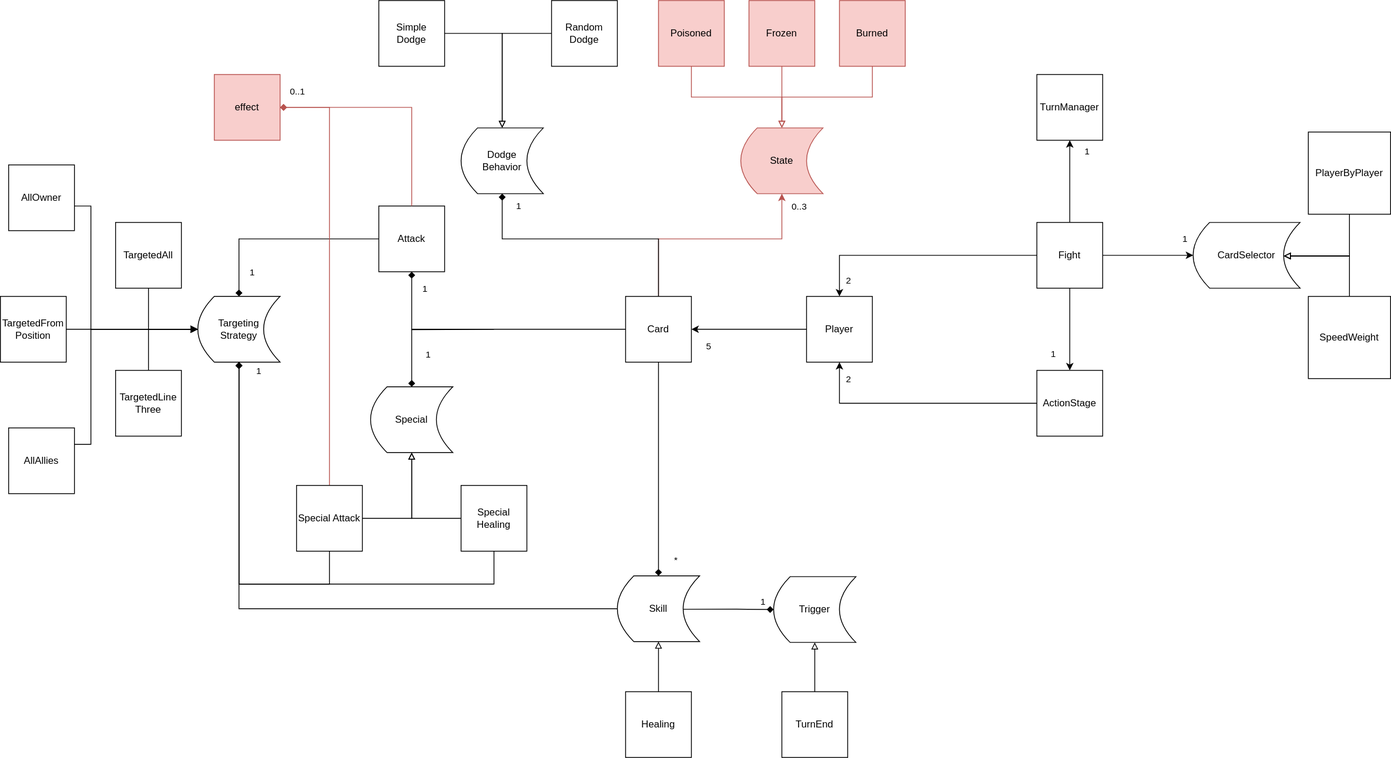
The draw.io diagram doc/archi.drawio.svg in cegerard/card-game, before a commit. Source tidied: cells renumbered, new cells last; positions are measured from the earlier drawing's top-left corner, leaving out a move shared by most shapes.
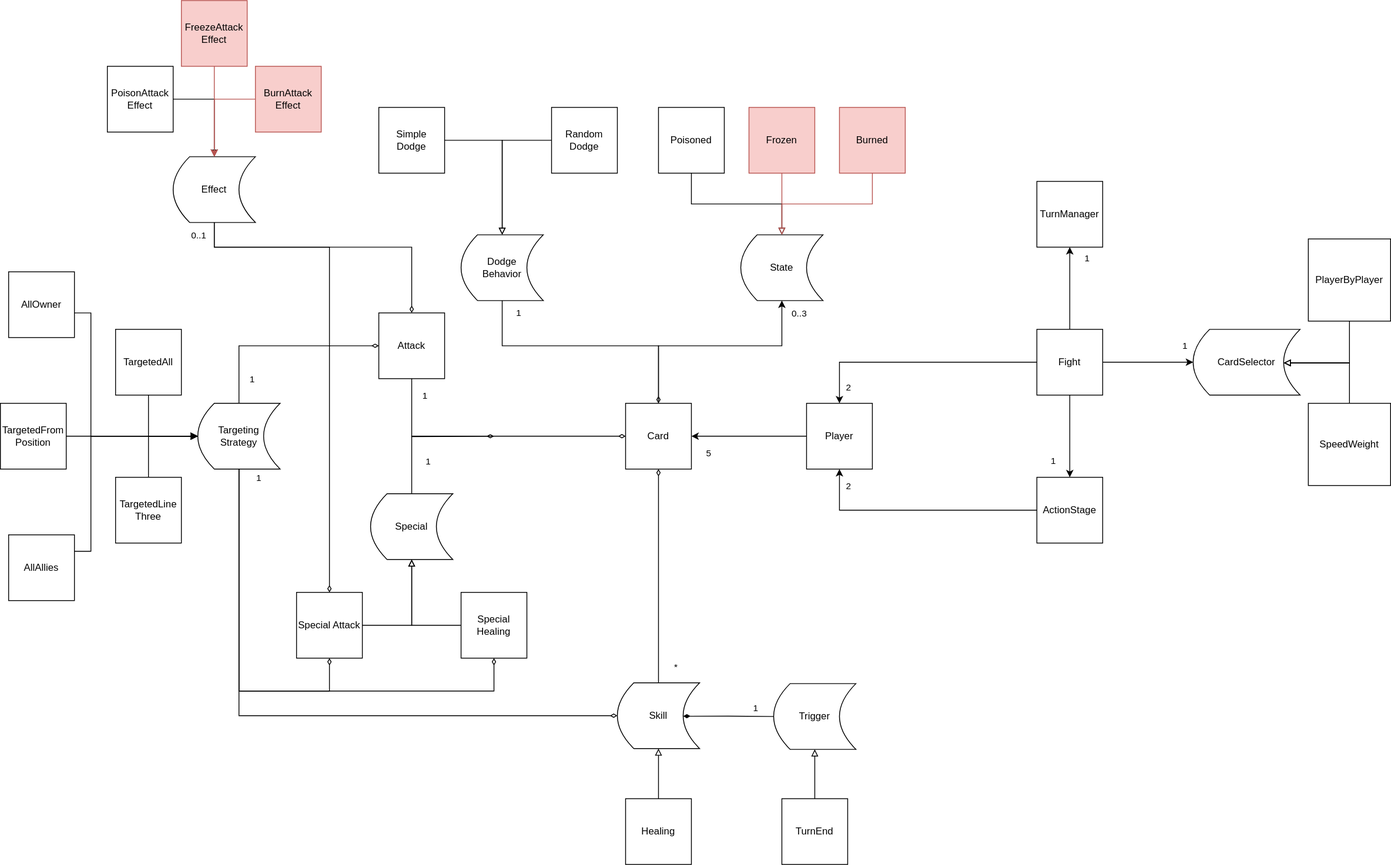
The same file after the commit.

The edit, as a diff of the source:
```diff
@@ -73,7 +73,7 @@
     <mxCell id="19" value="Player" style="whiteSpace=wrap;html=1;" parent="1" vertex="1">
       <mxGeometry x="980" y="360" width="80" height="80" as="geometry" />
     </mxCell>
-    <mxCell id="20" style="edgeStyle=orthogonalEdgeStyle;rounded=0;html=1;exitX=0;exitY=0.5;exitDx=0;exitDy=0;entryX=0.5;entryY=1;entryDx=0;entryDy=0;strokeColor=default;fontColor=default;endArrow=diamond;endFill=1;" parent="1" edge="1" target="30">
+    <mxCell id="20" style="edgeStyle=orthogonalEdgeStyle;rounded=0;html=1;exitX=0;exitY=0.5;exitDx=0;exitDy=0;entryX=0.5;entryY=1;entryDx=0;entryDy=0;strokeColor=default;fontColor=default;endArrow=none;endFill=0;startArrow=diamondThin;startFill=0;" parent="1" edge="1" target="30">
       <mxGeometry relative="1" as="geometry">
         <mxPoint x="600" y="400" as="sourcePoint" />
       </mxGeometry>
@@ -83,7 +83,7 @@
         <mxPoint x="15" y="-2" as="offset" />
       </mxGeometry>
     </mxCell>
-    <mxCell id="22" style="edgeStyle=none;html=1;endArrow=diamond;endFill=1;entryX=0.5;entryY=0;entryDx=0;entryDy=0;" parent="1" edge="1" source="27" target="64">
+    <mxCell id="22" style="edgeStyle=none;html=1;endArrow=none;endFill=0;entryX=0.5;entryY=0;entryDx=0;entryDy=0;startArrow=diamondThin;startFill=0;" parent="1" edge="1" source="27" target="64">
       <mxGeometry relative="1" as="geometry" />
     </mxCell>
     <mxCell id="23" value="&lt;div&gt;&lt;br&gt;&lt;/div&gt;&lt;div&gt;&lt;br&gt;&lt;/div&gt;" style="edgeLabel;html=1;align=center;verticalAlign=middle;" parent="22" vertex="1">
@@ -94,7 +94,7 @@
         <mxPoint x="25" y="28" as="offset" />
       </mxGeometry>
     </mxCell>
-    <mxCell id="25" style="edgeStyle=orthogonalEdgeStyle;html=1;exitX=0.5;exitY=0;exitDx=0;exitDy=0;entryX=0.5;entryY=1;entryDx=0;entryDy=0;rounded=0;curved=0;fillColor=#f8cecc;strokeColor=#b85450;" parent="1" edge="1" source="27" target="68">
+    <mxCell id="25" style="edgeStyle=orthogonalEdgeStyle;html=1;exitX=0.5;exitY=0;exitDx=0;exitDy=0;entryX=0.5;entryY=1;entryDx=0;entryDy=0;rounded=0;curved=0;" parent="1" edge="1" source="27" target="68">
       <mxGeometry relative="1" as="geometry">
         <Array as="points">
           <mxPoint x="800" y="290" />
@@ -110,7 +110,7 @@
     <mxCell id="27" value="Card" style="whiteSpace=wrap;html=1;labelBackgroundColor=none;labelBorderColor=none;fontColor=default;" parent="1" vertex="1">
       <mxGeometry x="760" y="360" width="80" height="80" as="geometry" />
     </mxCell>
-    <mxCell id="28" style="edgeStyle=orthogonalEdgeStyle;rounded=0;html=1;exitX=0;exitY=0.5;exitDx=0;exitDy=0;entryX=0.5;entryY=0;entryDx=0;entryDy=0;strokeColor=default;fontColor=default;endArrow=diamond;endFill=1;" parent="1" edge="1" source="30" target="36">
+    <mxCell id="28" style="edgeStyle=orthogonalEdgeStyle;rounded=0;html=1;exitX=0;exitY=0.5;exitDx=0;exitDy=0;entryX=0.5;entryY=0;entryDx=0;entryDy=0;strokeColor=default;fontColor=default;endArrow=none;endFill=0;startArrow=diamondThin;startFill=0;" parent="1" edge="1" source="30" target="36">
       <mxGeometry relative="1" as="geometry" />
     </mxCell>
     <mxCell id="29" value="1" style="edgeLabel;html=1;align=center;verticalAlign=middle;fontColor=default;" parent="28" vertex="1">
@@ -121,7 +121,7 @@
     <mxCell id="30" value="Attack" style="whiteSpace=wrap;html=1;labelBackgroundColor=none;labelBorderColor=none;fontColor=default;" parent="1" vertex="1">
       <mxGeometry x="460" y="250" width="80" height="80" as="geometry" />
     </mxCell>
-    <mxCell id="31" style="edgeStyle=orthogonalEdgeStyle;rounded=0;html=1;exitX=0.5;exitY=1;exitDx=0;exitDy=0;entryX=0.5;entryY=1;entryDx=0;entryDy=0;strokeColor=default;fontColor=default;endArrow=diamond;endFill=1;" parent="1" edge="1" source="35" target="36">
+    <mxCell id="31" style="edgeStyle=orthogonalEdgeStyle;rounded=0;html=1;exitX=0.5;exitY=1;exitDx=0;exitDy=0;entryX=0.5;entryY=1;entryDx=0;entryDy=0;strokeColor=default;fontColor=default;endArrow=none;endFill=0;startArrow=diamondThin;startFill=0;" parent="1" edge="1" source="35" target="36">
       <mxGeometry relative="1" as="geometry">
         <Array as="points">
           <mxPoint x="400" y="710" />
@@ -137,10 +137,11 @@
     <mxCell id="33" style="edgeStyle=orthogonalEdgeStyle;html=1;entryX=0.5;entryY=1;entryDx=0;entryDy=0;endArrow=block;endFill=0;strokeColor=default;rounded=0;" parent="1" edge="1" source="35" target="44">
       <mxGeometry relative="1" as="geometry" />
     </mxCell>
-    <mxCell id="34" style="edgeStyle=orthogonalEdgeStyle;html=1;entryX=1;entryY=0.5;entryDx=0;entryDy=0;rounded=0;startArrow=none;startFill=0;endArrow=diamond;endFill=1;exitX=0.5;exitY=0;exitDx=0;exitDy=0;fillColor=#f8cecc;strokeColor=#b85450;" parent="1" edge="1" source="35" target="75">
+    <mxCell id="34" style="edgeStyle=orthogonalEdgeStyle;html=1;entryX=0.5;entryY=1;entryDx=0;entryDy=0;rounded=0;startArrow=diamondThin;startFill=0;endArrow=none;endFill=0;exitX=0.5;exitY=0;exitDx=0;exitDy=0;" parent="1" edge="1" source="35" target="78">
       <mxGeometry relative="1" as="geometry">
         <Array as="points">
-          <mxPoint x="400" y="130" />
+          <mxPoint x="400" y="170" />
+          <mxPoint x="260" y="170" />
         </Array>
       </mxGeometry>
     </mxCell>
@@ -168,7 +169,7 @@
     <mxCell id="42" value="TargetedLine&lt;br&gt;Three" style="whiteSpace=wrap;html=1;labelBackgroundColor=none;labelBorderColor=none;fontColor=default;" parent="1" vertex="1">
       <mxGeometry x="140" y="450" width="80" height="80" as="geometry" />
     </mxCell>
-    <mxCell id="43" value="1" style="edgeStyle=orthogonalEdgeStyle;rounded=0;html=1;exitX=0;exitY=0.5;exitDx=0;exitDy=0;entryX=0.5;entryY=0;entryDx=0;entryDy=0;strokeColor=default;fontColor=default;endArrow=diamond;endFill=1;" parent="1" edge="1" source="27" target="44">
+    <mxCell id="43" value="1" style="edgeStyle=orthogonalEdgeStyle;rounded=0;html=1;exitX=0;exitY=0.5;exitDx=0;exitDy=0;entryX=0.5;entryY=0;entryDx=0;entryDy=0;strokeColor=default;fontColor=default;endArrow=none;endFill=0;startArrow=diamondThin;startFill=0;" parent="1" edge="1" source="27" target="44">
       <mxGeometry x="0.76" y="20" relative="1" as="geometry" />
     </mxCell>
     <mxCell id="44" value="Special" style="shape=dataStorage;whiteSpace=wrap;html=1;fixedSize=1;labelBackgroundColor=none;labelBorderColor=none;fontColor=default;" parent="1" vertex="1">
@@ -177,7 +178,7 @@
     <mxCell id="45" style="edgeStyle=orthogonalEdgeStyle;rounded=0;html=1;strokeColor=default;endArrow=block;endFill=0;entryX=0.5;entryY=1;entryDx=0;entryDy=0;" parent="1" edge="1" source="47" target="44">
       <mxGeometry relative="1" as="geometry" />
     </mxCell>
-    <mxCell id="46" style="edgeStyle=orthogonalEdgeStyle;rounded=0;html=1;strokeColor=default;startArrow=none;startFill=0;endArrow=diamond;endFill=1;entryX=0.5;entryY=1;entryDx=0;entryDy=0;" parent="1" edge="1" source="47" target="36">
+    <mxCell id="46" style="edgeStyle=orthogonalEdgeStyle;rounded=0;html=1;strokeColor=default;startArrow=diamondThin;startFill=0;endArrow=none;endFill=0;entryX=0.5;entryY=1;entryDx=0;entryDy=0;" parent="1" edge="1" source="47" target="36">
       <mxGeometry relative="1" as="geometry">
         <Array as="points">
           <mxPoint x="600" y="710" />
@@ -188,7 +189,7 @@
     <mxCell id="47" value="Special Healing" style="whiteSpace=wrap;html=1;labelBackgroundColor=none;labelBorderColor=none;fontColor=default;" parent="1" vertex="1">
       <mxGeometry x="560" y="590" width="80" height="80" as="geometry" />
     </mxCell>
-    <mxCell id="48" value="1" style="edgeStyle=orthogonalEdgeStyle;rounded=0;html=1;strokeColor=default;endArrow=none;endFill=0;startArrow=diamond;startFill=1;exitX=0.5;exitY=1;exitDx=0;exitDy=0;entryX=0.5;entryY=0;entryDx=0;entryDy=0;" parent="1" edge="1" source="49" target="27">
+    <mxCell id="48" value="1" style="edgeStyle=orthogonalEdgeStyle;rounded=0;html=1;strokeColor=default;endArrow=diamondThin;endFill=0;startArrow=none;startFill=0;exitX=0.5;exitY=1;exitDx=0;exitDy=0;entryX=0.5;entryY=0;entryDx=0;entryDy=0;" parent="1" edge="1" source="49" target="27">
       <mxGeometry x="-0.9" y="20" relative="1" as="geometry">
         <Array as="points">
           <mxPoint x="610" y="290" />
@@ -222,14 +223,14 @@
     <mxCell id="55" value="AllOwner" style="whiteSpace=wrap;html=1;labelBackgroundColor=none;labelBorderColor=none;fontColor=default;" parent="1" vertex="1">
       <mxGeometry x="10" y="200" width="80" height="80" as="geometry" />
     </mxCell>
-    <mxCell id="56" style="edgeStyle=orthogonalEdgeStyle;rounded=0;html=1;endArrow=diamond;endFill=1;exitX=0;exitY=0.5;exitDx=0;exitDy=0;" parent="1" edge="1" source="64" target="36">
+    <mxCell id="56" style="edgeStyle=orthogonalEdgeStyle;rounded=0;html=1;endArrow=none;endFill=0;exitX=0;exitY=0.5;exitDx=0;exitDy=0;startArrow=diamondThin;startFill=0;" parent="1" edge="1" source="64" target="36">
       <mxGeometry relative="1" as="geometry">
         <Array as="points">
           <mxPoint x="290" y="740" />
         </Array>
       </mxGeometry>
     </mxCell>
-    <mxCell id="57" style="edgeStyle=orthogonalEdgeStyle;rounded=0;html=1;endArrow=diamond;endFill=1;exitX=0.8;exitY=0.508;exitDx=0;exitDy=0;exitPerimeter=0;" parent="1" edge="1" source="64" target="62">
+    <mxCell id="57" style="edgeStyle=orthogonalEdgeStyle;rounded=0;html=1;endArrow=none;endFill=0;exitX=0.8;exitY=0.508;exitDx=0;exitDy=0;exitPerimeter=0;startArrow=diamondThin;startFill=1;" parent="1" edge="1" source="64" target="62">
       <mxGeometry relative="1" as="geometry" />
     </mxCell>
     <mxCell id="58" value="1" style="edgeLabel;html=1;align=center;verticalAlign=middle;" parent="57" vertex="1">
@@ -269,10 +270,10 @@
     <mxCell id="67" value="TurnManager" style="whiteSpace=wrap;html=1;" parent="1" vertex="1">
       <mxGeometry x="1260" y="90" width="80" height="80" as="geometry" />
     </mxCell>
-    <mxCell id="68" value="State" style="shape=dataStorage;whiteSpace=wrap;html=1;fixedSize=1;labelBackgroundColor=none;labelBorderColor=none;fillColor=#f8cecc;strokeColor=#b85450;" parent="1" vertex="1">
+    <mxCell id="68" value="State" style="shape=dataStorage;whiteSpace=wrap;html=1;fixedSize=1;labelBackgroundColor=none;labelBorderColor=none;" parent="1" vertex="1">
       <mxGeometry x="900" y="155" width="100" height="80" as="geometry" />
     </mxCell>
-    <mxCell id="69" value="Poisoned" style="whiteSpace=wrap;html=1;labelBackgroundColor=none;labelBorderColor=none;fillColor=#f8cecc;strokeColor=#b85450;" parent="1" vertex="1">
+    <mxCell id="69" value="Poisoned" style="whiteSpace=wrap;html=1;labelBackgroundColor=none;labelBorderColor=none;" parent="1" vertex="1">
       <mxGeometry x="800" width="80" height="80" as="geometry" />
     </mxCell>
     <mxCell id="70" style="edgeStyle=orthogonalEdgeStyle;html=1;exitX=0.5;exitY=1;exitDx=0;exitDy=0;entryX=0.5;entryY=0;entryDx=0;entryDy=0;rounded=0;curved=0;endArrow=block;endFill=0;fillColor=#f8cecc;strokeColor=#b85450;" parent="1" edge="1" source="71" target="68">
@@ -281,25 +282,53 @@
     <mxCell id="71" value="Frozen" style="whiteSpace=wrap;html=1;labelBackgroundColor=none;labelBorderColor=none;fillColor=#f8cecc;strokeColor=#b85450;" parent="1" vertex="1">
       <mxGeometry x="910" width="80" height="80" as="geometry" />
     </mxCell>
-    <mxCell id="72" style="edgeStyle=orthogonalEdgeStyle;html=1;exitX=0.5;exitY=1;exitDx=0;exitDy=0;entryX=0.5;entryY=0;entryDx=0;entryDy=0;rounded=0;curved=0;endArrow=block;endFill=0;fillColor=#f8cecc;strokeColor=#b85450;" parent="1" edge="1" source="73" target="68">
-      <mxGeometry relative="1" as="geometry" />
-    </mxCell>
     <mxCell id="73" value="Burned" style="whiteSpace=wrap;html=1;labelBackgroundColor=none;labelBorderColor=none;fillColor=#f8cecc;strokeColor=#b85450;" parent="1" vertex="1">
       <mxGeometry x="1020" width="80" height="80" as="geometry" />
     </mxCell>
-    <mxCell id="74" style="edgeStyle=orthogonalEdgeStyle;html=1;entryX=0.5;entryY=0;entryDx=0;entryDy=0;endArrow=block;endFill=0;rounded=0;curved=0;exitX=0.5;exitY=1;exitDx=0;exitDy=0;fillColor=#f8cecc;strokeColor=#b85450;" parent="1" edge="1" source="69" target="68">
+    <mxCell id="74" style="edgeStyle=orthogonalEdgeStyle;html=1;entryX=0.5;entryY=0;entryDx=0;entryDy=0;endArrow=block;endFill=0;rounded=0;curved=0;exitX=0.5;exitY=1;exitDx=0;exitDy=0;" parent="1" edge="1" source="69" target="68">
       <mxGeometry relative="1" as="geometry" />
     </mxCell>
-    <mxCell id="75" value="effect" style="whiteSpace=wrap;html=1;labelBackgroundColor=none;labelBorderColor=none;fillColor=#f8cecc;strokeColor=#b85450;" parent="1" vertex="1">
-      <mxGeometry x="260" y="90" width="80" height="80" as="geometry" />
-    </mxCell>
-    <mxCell id="76" style="edgeStyle=orthogonalEdgeStyle;html=1;entryX=0.5;entryY=0;entryDx=0;entryDy=0;rounded=0;curved=0;endArrow=none;endFill=0;startArrow=diamond;startFill=1;fillColor=#f8cecc;strokeColor=#b85450;" parent="1" edge="1" source="75" target="30">
-      <mxGeometry relative="1" as="geometry" />
+    <mxCell id="76" style="edgeStyle=orthogonalEdgeStyle;html=1;entryX=0.5;entryY=0;entryDx=0;entryDy=0;rounded=0;curved=0;endArrow=diamondThin;endFill=0;startArrow=none;startFill=0;exitX=0.5;exitY=1;exitDx=0;exitDy=0;" parent="1" edge="1" source="78" target="30">
+      <mxGeometry relative="1" as="geometry">
+        <Array as="points">
+          <mxPoint x="260" y="170" />
+          <mxPoint x="500" y="170" />
+        </Array>
+      </mxGeometry>
     </mxCell>
     <mxCell id="77" value="0..1" style="edgeLabel;html=1;align=center;verticalAlign=middle;" parent="76" vertex="1">
       <mxGeometry x="-0.75" relative="1" as="geometry">
-        <mxPoint x="-15" y="-20" as="offset" />
+        <mxPoint x="-34" y="-15" as="offset" />
       </mxGeometry>
     </mxCell>
+    <mxCell id="78" value="Effect" style="shape=dataStorage;whiteSpace=wrap;html=1;fixedSize=1;labelBackgroundColor=none;labelBorderColor=none;" parent="1" vertex="1">
+      <mxGeometry x="210" y="60" width="100" height="80" as="geometry" />
+    </mxCell>
+    <mxCell id="79" style="edgeStyle=orthogonalEdgeStyle;html=1;entryX=0.5;entryY=0;entryDx=0;entryDy=0;rounded=0;curved=0;endArrow=block;endFill=0;exitX=1;exitY=0.5;exitDx=0;exitDy=0;" parent="1" edge="1" source="80" target="78">
+      <mxGeometry relative="1" as="geometry" />
+    </mxCell>
+    <mxCell id="80" value="PoisonAttack&lt;div&gt;Effect&lt;/div&gt;" style="whiteSpace=wrap;html=1;labelBackgroundColor=none;labelBorderColor=none;fontColor=default;" parent="1" vertex="1">
+      <mxGeometry x="130" y="-50" width="80" height="80" as="geometry" />
+    </mxCell>
+    <mxCell id="72" style="edgeStyle=orthogonalEdgeStyle;html=1;exitX=0.5;exitY=1;exitDx=0;exitDy=0;entryX=0.5;entryY=0;entryDx=0;entryDy=0;rounded=0;curved=0;endArrow=block;endFill=0;fillColor=#f8cecc;strokeColor=#b85450;" parent="1" edge="1" source="73" target="68">
+      <mxGeometry relative="1" as="geometry" />
+    </mxCell>
+    <mxCell id="81" style="edgeStyle=orthogonalEdgeStyle;html=1;entryX=0.5;entryY=0;entryDx=0;entryDy=0;fillColor=#f8cecc;strokeColor=#b85450;" parent="1" edge="1" source="82" target="78">
+      <mxGeometry relative="1" as="geometry" />
+    </mxCell>
+    <mxCell id="82" value="FreezeAttack&lt;div&gt;Effect&lt;/div&gt;" style="whiteSpace=wrap;html=1;labelBackgroundColor=none;labelBorderColor=none;fillColor=#f8cecc;strokeColor=#b85450;" parent="1" vertex="1">
+      <mxGeometry x="220" y="-130" width="80" height="80" as="geometry" />
+    </mxCell>
+    <mxCell id="83" style="edgeStyle=orthogonalEdgeStyle;html=1;entryX=0.5;entryY=0;entryDx=0;entryDy=0;fillColor=#f8cecc;strokeColor=#b85450;rounded=0;curved=0;" parent="1" edge="1" source="84" target="78">
+      <mxGeometry relative="1" as="geometry">
+        <Array as="points">
+          <mxPoint x="380" y="-10" />
+          <mxPoint x="260" y="-10" />
+        </Array>
+      </mxGeometry>
+    </mxCell>
+    <mxCell id="84" value="BurnAttack&lt;div&gt;Effect&lt;/div&gt;" style="whiteSpace=wrap;html=1;labelBackgroundColor=none;labelBorderColor=none;fillColor=#f8cecc;strokeColor=#b85450;" parent="1" vertex="1">
+      <mxGeometry x="310" y="-50" width="80" height="80" as="geometry" />
+    </mxCell>
   </root>
 </mxGraphModel>
```
